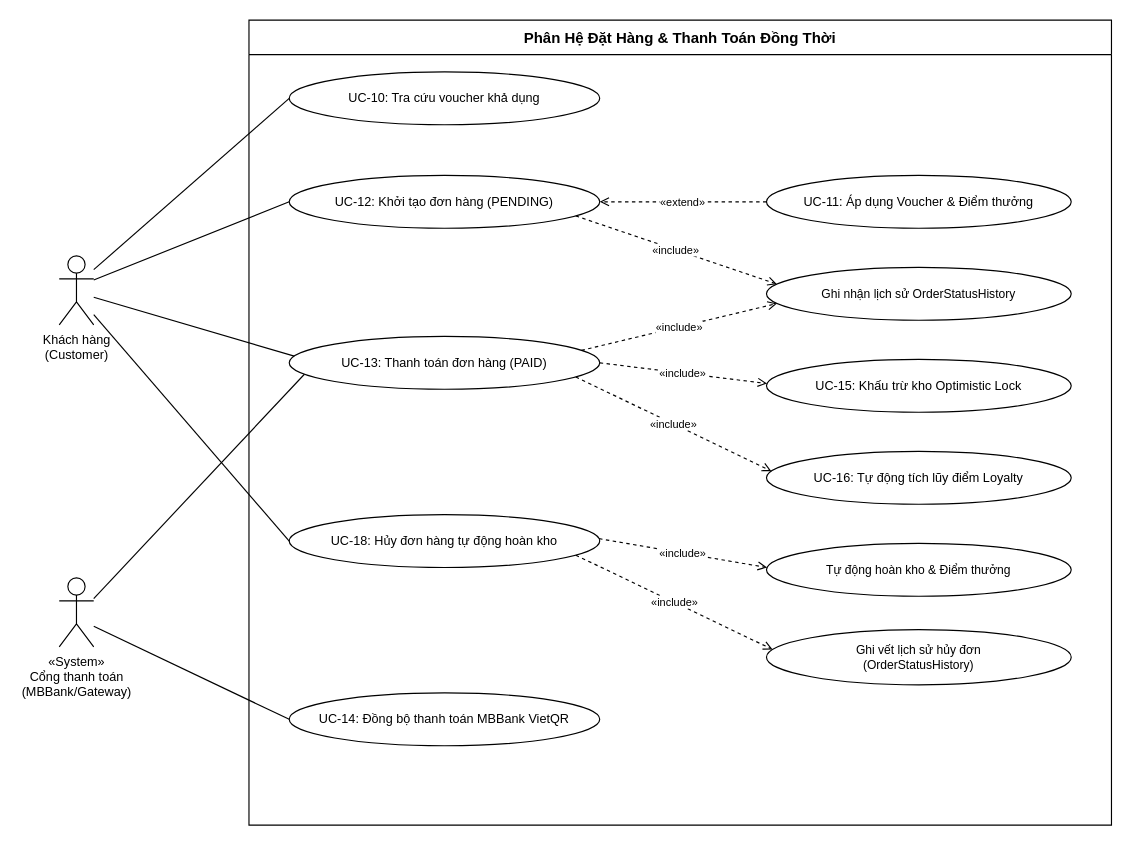
This is docs/diagrams/usecases/03-subsystem-order-payment.drawio from hanhdevsgu/BrewLite-Assignment2, a draw.io file, before an edit. Source tidied: cells renumbered, new cells numbered last; positions are measured from the earlier drawing's top-left corner, leaving out a move shared by most shapes. Both pictures are drawn from the tidied source at 115%, with x=0, y=0 at pixel (59, 20).
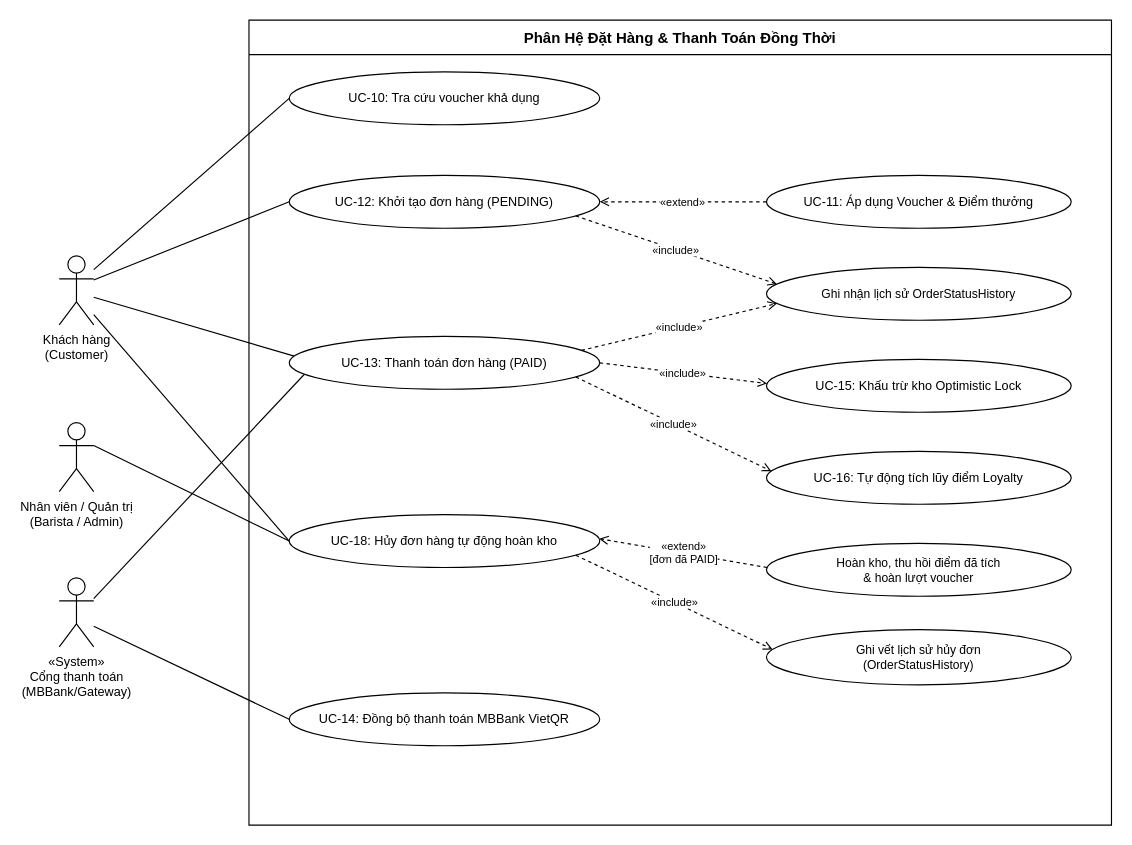
After the change.

The change refers to these unchanged cells:
```xml
<mxCell id="8" value="UC-18: Hủy đơn hàng tự động hoàn kho" style="ellipse;whiteSpace=wrap;html=1;fontSize=11;strokeColor=#000000;fontColor=#000000;fillColor=#FFFFFF;" parent="1" vertex="1">
  <mxGeometry x="200" y="430" width="270" height="46" as="geometry" />
</mxCell>
```

What changed in the source:
```diff
@@
-    <mxCell id="14" value="Tự động hoàn kho &amp; Điểm thưởng" style="ellipse;whiteSpace=wrap;html=1;fontSize=10.5;strokeColor=#000000;fontColor=#000000;fillColor=#FFFFFF;" parent="1" vertex="1">
+    <mxCell id="14" value="Hoàn kho, thu hồi điểm đã tích&lt;br&gt;&amp; hoàn lượt voucher" style="ellipse;whiteSpace=wrap;html=1;fontSize=10.5;strokeColor=#000000;fontColor=#000000;fillColor=#FFFFFF;" parent="1" vertex="1">
       <mxGeometry x="615" y="455" width="265" height="46" as="geometry" />
     </mxCell>
@@
-    <mxCell id="27" value="«include»" style="endArrow=open;endFill=0;dashed=1;html=1;fontSize=9.5;strokeColor=#000000;fontColor=#000000;labelBackgroundColor=#FFFFFF;exitX=0.98;exitY=0.45;exitDx=0;exitDy=0;entryX=0;entryY=0.45;entryDx=0;entryDy=0;" parent="1" edge="1" source="8" target="14">
+    <mxCell id="27" value="«extend»&lt;br&gt;[đơn đã PAID]" style="endArrow=open;endFill=0;dashed=1;html=1;fontSize=9.5;strokeColor=#000000;fontColor=#000000;labelBackgroundColor=#FFFFFF;exitX=0;exitY=0.45;exitDx=0;exitDy=0;entryX=0.98;entryY=0.45;entryDx=0;entryDy=0;" parent="1" edge="1" source="14" target="8">
       <mxGeometry relative="1" as="geometry" />
     </mxCell>
@@
+    <mxCell id="29" value="Nhân viên / Quản trị&lt;br&gt;(Barista / Admin)" style="shape=umlActor;verticalLabelPosition=bottom;verticalAlign=top;html=1;fontSize=11;strokeColor=#000000;fontColor=#000000;fillColor=#FFFFFF;" parent="1" vertex="1">
+      <mxGeometry y="350" width="30" height="60" as="geometry" />
+    </mxCell>
+    <mxCell id="30" style="endArrow=none;html=1;strokeColor=#000000;exitX=1;exitY=0.33;exitDx=0;exitDy=0;entryX=0;entryY=0.5;entryDx=0;entryDy=0;" parent="1" edge="1" source="29" target="8">
+      <mxGeometry relative="1" as="geometry" />
+    </mxCell>
```
